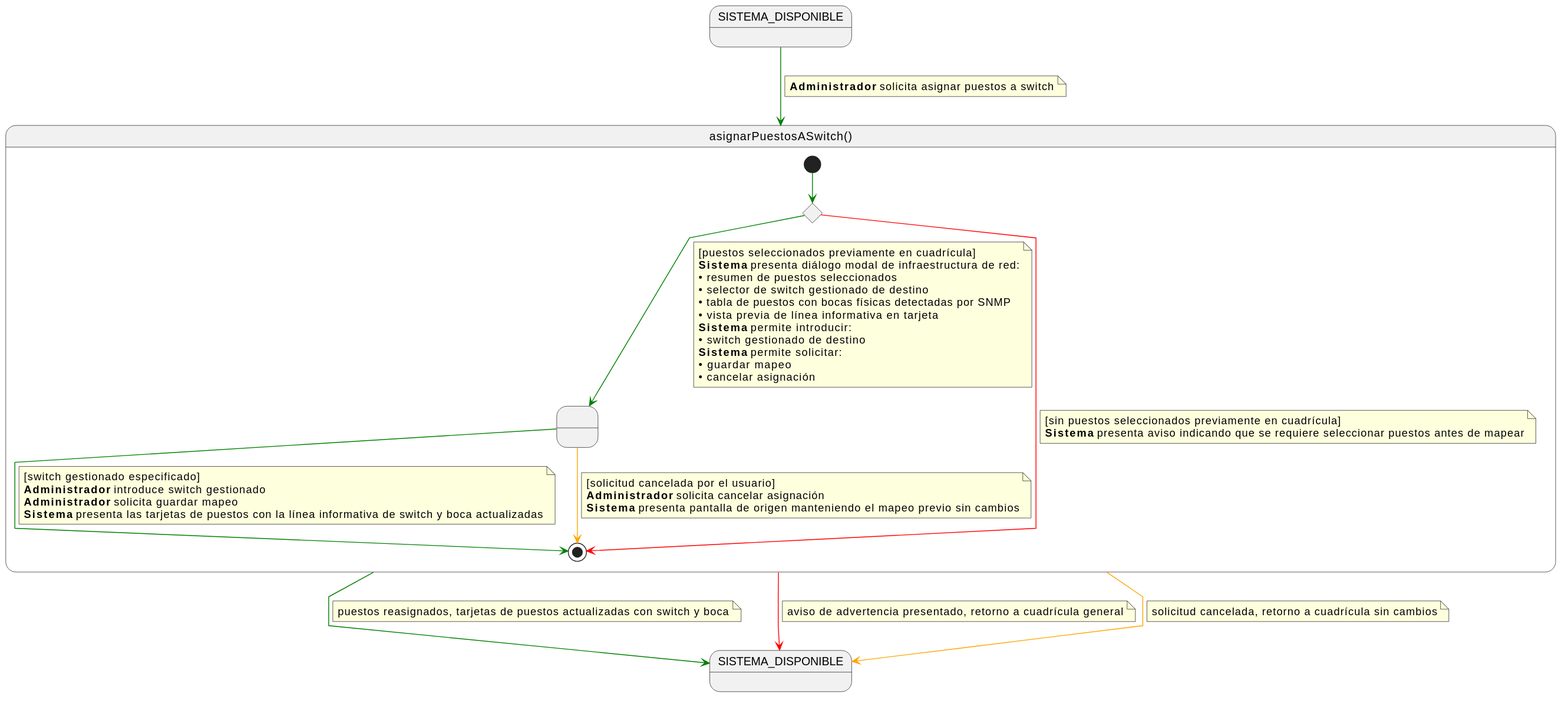
Earlier version of the PlantUML export images/01-requisitos/01-detalle-casos-uso/asignarPuestosASwitch/especificacion.svg (Carlos-Lima2510/mesh-panel).
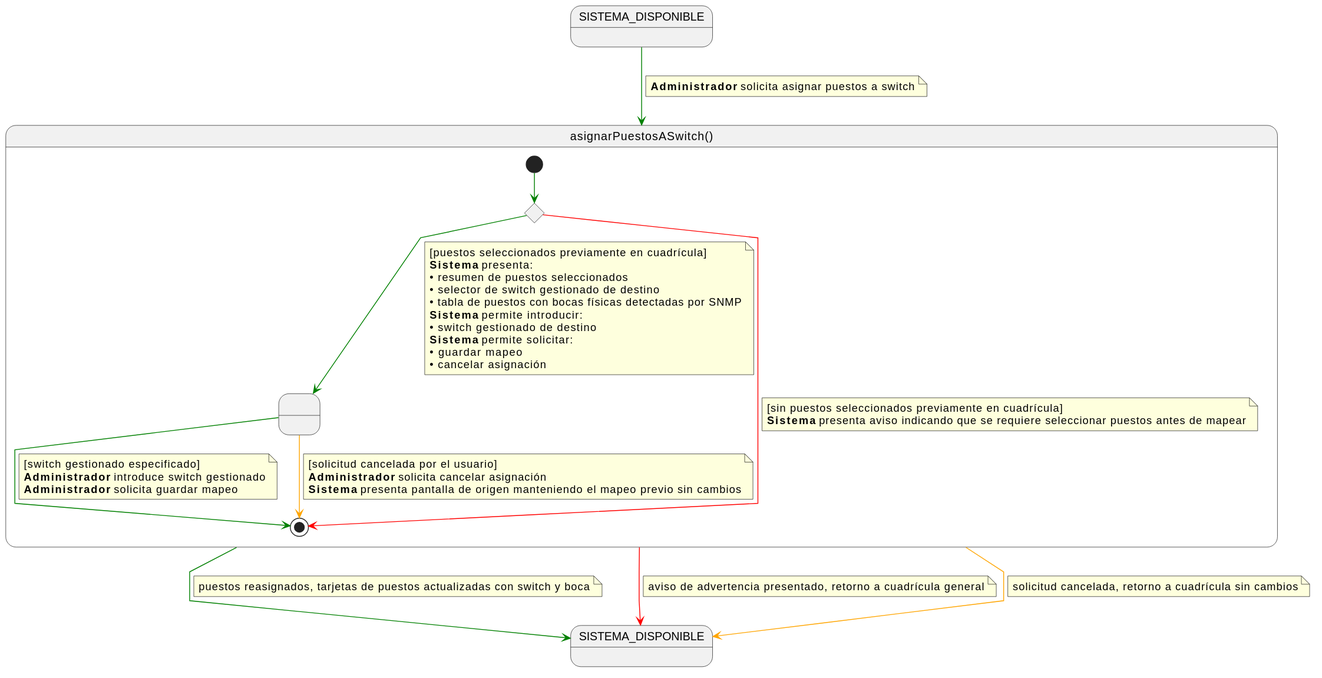
After the change.

The edit, as a diff of the source:
```diff
@@ -25,11 +25,10 @@
     c -[#green]-> MapeandoPuestos
     note on link
     [puestos seleccionados previamente en cuadrícula]
-    <b>Sistema</b> presenta diálogo modal de infraestructura de red:
+    <b>Sistema</b> presenta:
     • resumen de puestos seleccionados
     • selector de switch gestionado de destino
     • tabla de puestos con bocas físicas detectadas por SNMP
-    • vista previa de línea informativa en tarjeta
     <b>Sistema</b> permite introducir:
     • switch gestionado de destino
     <b>Sistema</b> permite solicitar:
@@ -42,7 +41,6 @@
     [switch gestionado especificado]
     <b>Administrador</b> introduce switch gestionado
     <b>Administrador</b> solicita guardar mapeo
-    <b>Sistema</b> presenta las tarjetas de puestos con la línea informativa de switch y boca actualizadas
     end note
 
     MapeandoPuestos -[#orange]-> [*]
```
